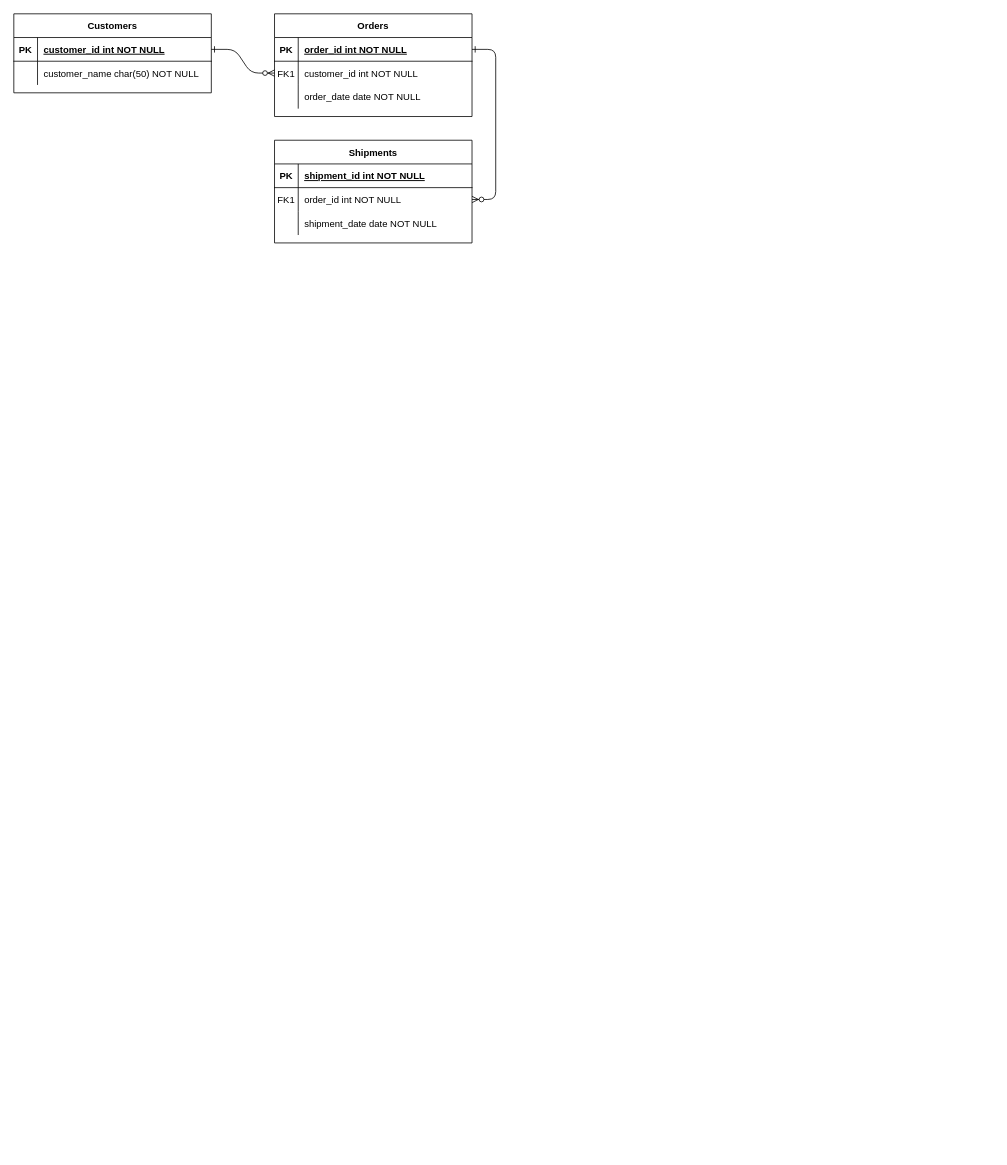
Above: 未命名绘图.drawio in chensl-77/rabbitmq (draw.io), before the change. Source tidied: cells renumbered, new cells numbered last; positions are measured from the earlier drawing's top-left corner, leaving out a move shared by most shapes. Both pictures are drawn from the tidied source at 79%, with x=0, y=0 at pixel (13, 13).
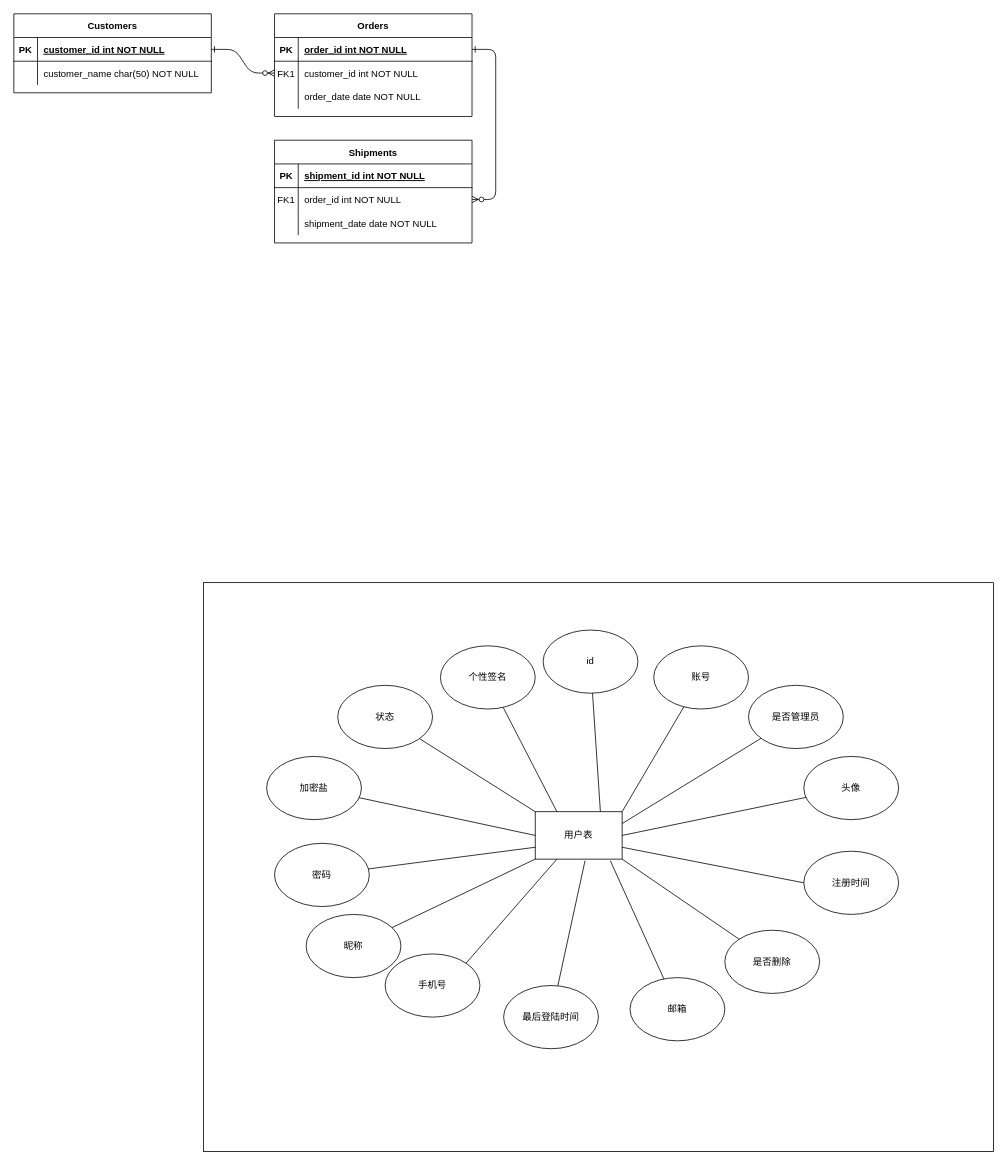
The same page after the edit.

Diff of the diagram source:
```diff
@@
+    <mxCell id="31" style="rounded=0;whiteSpace=wrap;html=1;" parent="1" vertex="1">
+      <mxGeometry x="240" y="720" width="1000" height="720" as="geometry" />
+    </mxCell>
+    <mxCell id="32" value="密码" style="ellipse;whiteSpace=wrap;html=1;" parent="1" vertex="1">
+      <mxGeometry x="330" y="1050" width="120" height="80" as="geometry" />
+    </mxCell>
+    <mxCell id="33" value="用户表" style="rounded=0;whiteSpace=wrap;html=1;" parent="1" vertex="1">
+      <mxGeometry x="660" y="1010" width="110" height="60" as="geometry" />
+    </mxCell>
+    <mxCell id="34" value="账号" style="ellipse;whiteSpace=wrap;html=1;" parent="1" vertex="1">
+      <mxGeometry x="810" y="800" width="120" height="80" as="geometry" />
+    </mxCell>
+    <mxCell id="35" value="id" style="ellipse;whiteSpace=wrap;html=1;" parent="1" vertex="1">
+      <mxGeometry x="670" y="780" width="120" height="80" as="geometry" />
+    </mxCell>
+    <mxCell id="36" value="个性签名" style="ellipse;whiteSpace=wrap;html=1;" parent="1" vertex="1">
+      <mxGeometry x="540" y="800" width="120" height="80" as="geometry" />
+    </mxCell>
+    <mxCell id="37" value="状态" style="ellipse;whiteSpace=wrap;html=1;" parent="1" vertex="1">
+      <mxGeometry x="410" y="850" width="120" height="80" as="geometry" />
+    </mxCell>
+    <mxCell id="38" value="加密盐" style="ellipse;whiteSpace=wrap;html=1;" parent="1" vertex="1">
+      <mxGeometry x="320" y="940" width="120" height="80" as="geometry" />
+    </mxCell>
+    <mxCell id="39" value="是否管理员" style="ellipse;whiteSpace=wrap;html=1;" parent="1" vertex="1">
+      <mxGeometry x="930" y="850" width="120" height="80" as="geometry" />
+    </mxCell>
+    <mxCell id="40" value="昵称" style="ellipse;whiteSpace=wrap;html=1;" parent="1" vertex="1">
+      <mxGeometry x="370" y="1140" width="120" height="80" as="geometry" />
+    </mxCell>
+    <mxCell id="41" value="邮箱" style="ellipse;whiteSpace=wrap;html=1;" parent="1" vertex="1">
+      <mxGeometry x="780" y="1220" width="120" height="80" as="geometry" />
+    </mxCell>
+    <mxCell id="42" value="手机号" style="ellipse;whiteSpace=wrap;html=1;" parent="1" vertex="1">
+      <mxGeometry x="470" y="1190" width="120" height="80" as="geometry" />
+    </mxCell>
+    <mxCell id="43" value="最后登陆时间" style="ellipse;whiteSpace=wrap;html=1;" parent="1" vertex="1">
+      <mxGeometry x="620" y="1230" width="120" height="80" as="geometry" />
+    </mxCell>
+    <mxCell id="44" value="是否删除" style="ellipse;whiteSpace=wrap;html=1;" parent="1" vertex="1">
+      <mxGeometry x="900" y="1160" width="120" height="80" as="geometry" />
+    </mxCell>
+    <mxCell id="45" value="注册时间" style="ellipse;whiteSpace=wrap;html=1;" parent="1" vertex="1">
+      <mxGeometry x="1000" y="1060" width="120" height="80" as="geometry" />
+    </mxCell>
+    <mxCell id="46" value="头像" style="ellipse;whiteSpace=wrap;html=1;" parent="1" vertex="1">
+      <mxGeometry x="1000" y="940" width="120" height="80" as="geometry" />
+    </mxCell>
+    <mxCell id="47" style="endArrow=none;html=1;rounded=0;entryX=1;entryY=0;entryDx=0;entryDy=0;" parent="1" edge="1" source="34" target="33">
+      <mxGeometry relative="1" as="geometry" />
+    </mxCell>
+    <mxCell id="48" style="endArrow=none;html=1;rounded=0;exitX=1;exitY=0.25;exitDx=0;exitDy=0;" parent="1" edge="1" source="33" target="39">
+      <mxGeometry relative="1" as="geometry" />
+    </mxCell>
+    <mxCell id="49" style="endArrow=none;html=1;rounded=0;exitX=1;exitY=0.5;exitDx=0;exitDy=0;" parent="1" edge="1" source="33" target="46">
+      <mxGeometry relative="1" as="geometry" />
+    </mxCell>
+    <mxCell id="50" style="endArrow=none;html=1;rounded=0;exitX=1;exitY=0.75;exitDx=0;exitDy=0;entryX=0;entryY=0.5;entryDx=0;entryDy=0;" parent="1" edge="1" source="33" target="45">
+      <mxGeometry relative="1" as="geometry" />
+    </mxCell>
+    <mxCell id="51" style="endArrow=none;html=1;rounded=0;exitX=1;exitY=1;exitDx=0;exitDy=0;" parent="1" edge="1" source="33" target="44">
+      <mxGeometry relative="1" as="geometry" />
+    </mxCell>
+    <mxCell id="52" style="endArrow=none;html=1;rounded=0;exitX=0.864;exitY=1.033;exitDx=0;exitDy=0;exitPerimeter=0;" parent="1" edge="1" source="33" target="41">
+      <mxGeometry relative="1" as="geometry" />
+    </mxCell>
+    <mxCell id="53" style="endArrow=none;html=1;rounded=0;exitX=0.573;exitY=1.033;exitDx=0;exitDy=0;exitPerimeter=0;" parent="1" edge="1" source="33" target="43">
+      <mxGeometry relative="1" as="geometry" />
+    </mxCell>
+    <mxCell id="54" style="endArrow=none;html=1;rounded=0;exitX=0.25;exitY=1;exitDx=0;exitDy=0;entryX=1;entryY=0;entryDx=0;entryDy=0;" parent="1" edge="1" source="33" target="42">
+      <mxGeometry relative="1" as="geometry" />
+    </mxCell>
+    <mxCell id="55" style="endArrow=none;html=1;rounded=0;exitX=0;exitY=1;exitDx=0;exitDy=0;" parent="1" edge="1" source="33" target="40">
+      <mxGeometry relative="1" as="geometry" />
+    </mxCell>
+    <mxCell id="56" style="endArrow=none;html=1;rounded=0;exitX=0;exitY=0.75;exitDx=0;exitDy=0;" parent="1" edge="1" source="33" target="32">
+      <mxGeometry relative="1" as="geometry" />
+    </mxCell>
+    <mxCell id="57" style="endArrow=none;html=1;rounded=0;exitX=0;exitY=0.5;exitDx=0;exitDy=0;" parent="1" edge="1" source="33" target="38">
+      <mxGeometry relative="1" as="geometry" />
+    </mxCell>
+    <mxCell id="58" style="endArrow=none;html=1;rounded=0;exitX=0;exitY=0;exitDx=0;exitDy=0;" parent="1" edge="1" source="33" target="37">
+      <mxGeometry relative="1" as="geometry" />
+    </mxCell>
+    <mxCell id="59" style="endArrow=none;html=1;rounded=0;exitX=0.25;exitY=0;exitDx=0;exitDy=0;" parent="1" edge="1" source="33" target="36">
+      <mxGeometry relative="1" as="geometry" />
+    </mxCell>
+    <mxCell id="60" style="endArrow=none;html=1;rounded=0;exitX=0.75;exitY=0;exitDx=0;exitDy=0;" parent="1" edge="1" source="33" target="35">
+      <mxGeometry relative="1" as="geometry" />
+    </mxCell>
```
